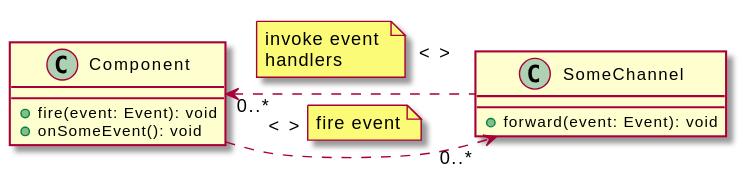
Above: latest-release/javadoc/org/jgrapes/core/Component-Channel.svg in mnlipp/jgrapes (PlantUML), before the change. The source it was exported from:
```plantuml
@startuml
class Component {
  + fire(event: Event): void
  + onSomeEvent(): void
 }

 class SomeChannel {
  + forward(event: Event): void
 }

 Component -[hidden]right-> SomeChannel

 Component ..> "0..*" SomeChannel : <>
 note right on link: fire event

 Component "0..*" <.. SomeChannel : <>
 note left on link
 invoke event
 handlers
 end note
@enduml
```
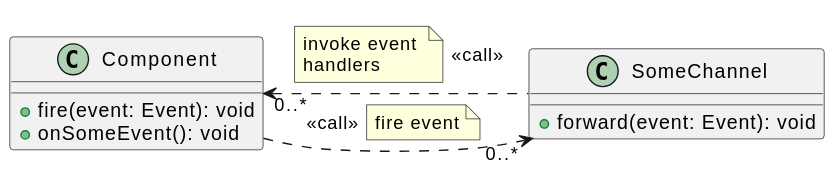
After the commit.

Change to the diagram source:
```diff
@@ -10,10 +10,10 @@
 
  Component -[hidden]right-> SomeChannel
 
- Component ..> "0..*" SomeChannel : <>
+ Component ..> "0..*" SomeChannel : <<call>>
  note right on link: fire event
 
- Component "0..*" <.. SomeChannel : <>
+ Component "0..*" <.. SomeChannel : <<call>>
  note left on link
  invoke event
  handlers
```
